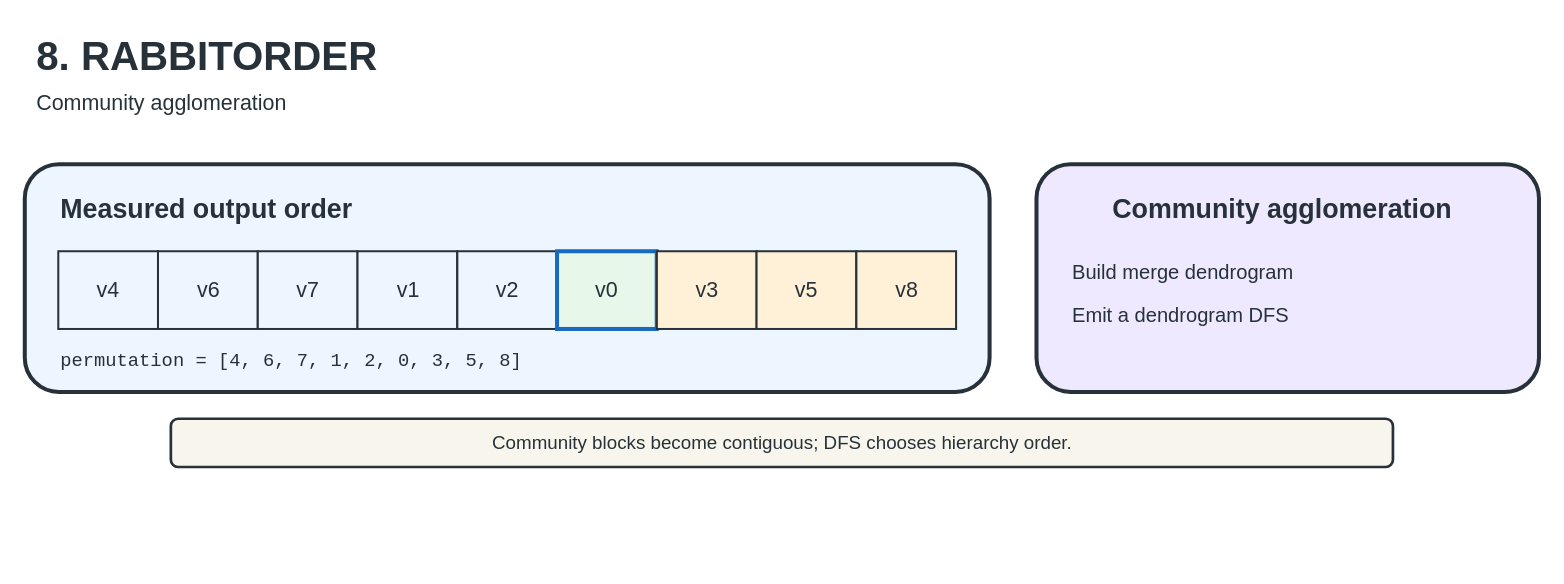
This is docs/figures/editable/08-rabbitorder.drawio from UVA-LavaLab/GraphBrew, a draw.io file, before an edit. Source tidied: cells renumbered, new cells numbered last; positions are measured from the earlier drawing's top-left corner, leaving out a move shared by most shapes. Both pictures are drawn from the tidied source at 134%, with x=0, y=0 at pixel (24, 23).
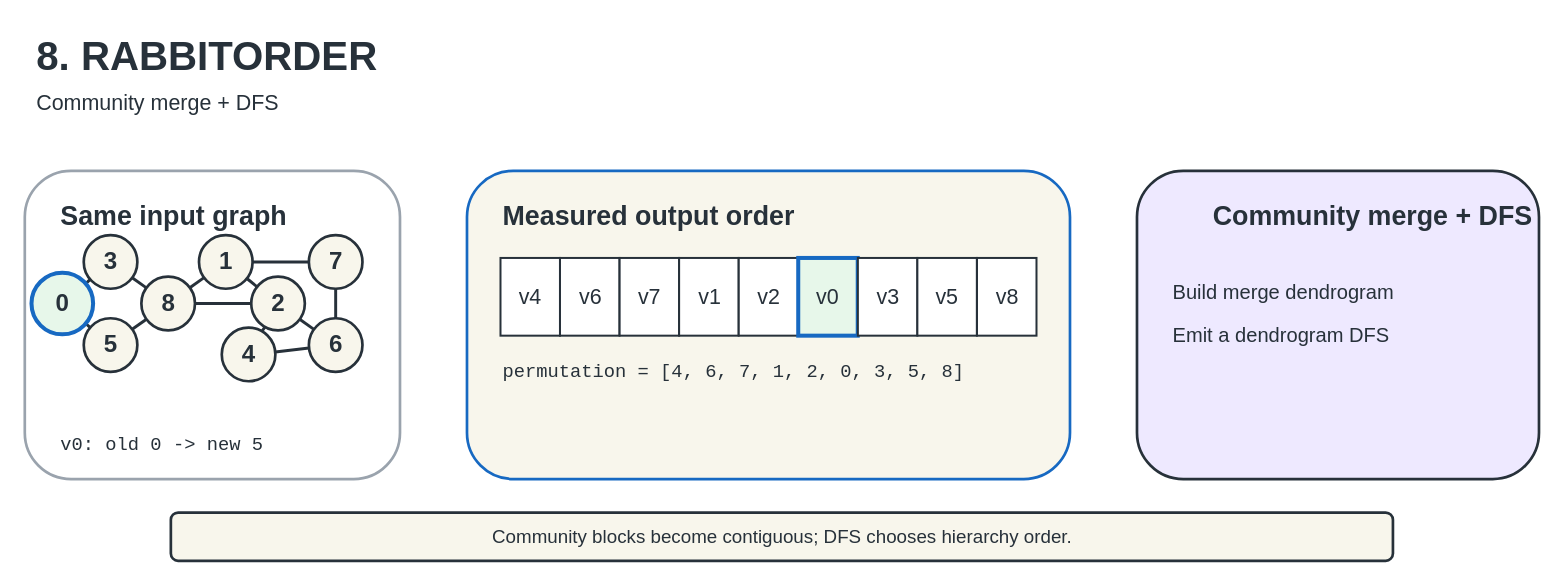
After the change.

The edit, as a diff of the source:
```diff
@@
-    <mxCell id="3" value="Community agglomeration" style="text;html=1;strokeColor=none;fillColor=none;fontSize=16;fontColor=#27313A;" parent="1" vertex="1">
+    <mxCell id="3" value="Community merge + DFS" style="text;html=1;strokeColor=none;fillColor=none;fontSize=16;fontColor=#27313A;" parent="1" vertex="1">
       <mxGeometry x="7" y="43" width="1050" height="28" as="geometry" />
     </mxCell>
+    <mxCell id="21" style="rounded=1;html=1;fillColor=#FFFFFF;strokeColor=#9AA3AD;strokeWidth=2;" parent="1" vertex="1">
+      <mxGeometry y="110" width="280" height="230" as="geometry" />
+    </mxCell>
-    <mxCell id="4" style="rounded=1;html=1;fillColor=#EDF5FF;strokeColor=#27313A;strokeWidth=3;" parent="1" vertex="1">
-      <mxGeometry y="105" width="720" height="170" as="geometry" />
+    <mxCell id="4" style="rounded=1;html=1;fillColor=#F8F6EC;strokeColor=#1769C2;strokeWidth=2;" parent="1" vertex="1">
+      <mxGeometry x="330" y="110" width="450" height="230" as="geometry" />
     </mxCell>
-    <mxCell id="5" style="rounded=1;html=1;fillColor=#EEE9FF;strokeColor=#27313A;strokeWidth=3;" parent="1" vertex="1">
-      <mxGeometry x="755" y="105" width="375" height="170" as="geometry" />
+    <mxCell id="5" style="rounded=1;html=1;fillColor=#EEE9FF;strokeColor=#27313A;strokeWidth=2;" parent="1" vertex="1">
+      <mxGeometry x="830" y="110" width="300" height="230" as="geometry" />
     </mxCell>
+    <mxCell id="22" value="Same input graph" style="text;html=1;strokeColor=none;fillColor=none;fontSize=20;fontStyle=1;fontColor=#27313A;" parent="1" vertex="1">
+      <mxGeometry x="25" y="125" width="220" height="35" as="geometry" />
+    </mxCell>
     <mxCell id="6" value="Measured output order" style="text;html=1;strokeColor=none;fillColor=none;fontSize=20;fontStyle=1;fontColor=#27313A;" parent="1" vertex="1">
-      <mxGeometry x="25" y="120" width="300" height="35" as="geometry" />
+      <mxGeometry x="355" y="125" width="300" height="35" as="geometry" />
     </mxCell>
-    <mxCell id="7" value="Community agglomeration" style="text;html=1;strokeColor=none;fillColor=none;fontSize=20;fontStyle=1;fontColor=#27313A;" parent="1" vertex="1">
-      <mxGeometry x="810" y="120" width="300" height="35" as="geometry" />
+    <mxCell id="7" value="Community merge + DFS" style="text;html=1;strokeColor=none;fillColor=none;fontSize=20;fontStyle=1;fontColor=#27313A;" parent="1" vertex="1">
+      <mxGeometry x="885" y="125" width="220" height="35" as="geometry" />
     </mxCell>
     <mxCell id="8" value="Community blocks become contiguous; DFS chooses hierarchy order." style="rounded=1;html=1;fillColor=#F8F6EC;strokeColor=#27313A;strokeWidth=2;fontSize=14;fontColor=#27313A;align=center;" parent="1" vertex="1">
-      <mxGeometry x="109" y="295" width="912" height="36" as="geometry" />
+      <mxGeometry x="109" y="365" width="912" height="36" as="geometry" />
     </mxCell>
+    <mxCell id="23" style="endArrow=none;html=1;rounded=0;strokeColor=#27313A;strokeWidth=2.2;" parent="1" edge="1" source="35" target="38">
+      <mxGeometry relative="1" as="geometry" />
+    </mxCell>
+    <mxCell id="24" style="endArrow=none;html=1;rounded=0;strokeColor=#27313A;strokeWidth=2.2;" parent="1" edge="1" source="35" target="40">
+      <mxGeometry relative="1" as="geometry" />
+    </mxCell>
+    <mxCell id="25" style="endArrow=none;html=1;rounded=0;strokeColor=#27313A;strokeWidth=2.2;" parent="1" edge="1" source="38" target="43">
+      <mxGeometry relative="1" as="geometry" />
+    </mxCell>
+    <mxCell id="26" style="endArrow=none;html=1;rounded=0;strokeColor=#27313A;strokeWidth=2.2;" parent="1" edge="1" source="40" target="43">
+      <mxGeometry relative="1" as="geometry" />
+    </mxCell>
+    <mxCell id="27" style="endArrow=none;html=1;rounded=0;strokeColor=#27313A;strokeWidth=2.2;" parent="1" edge="1" source="43" target="36">
+      <mxGeometry relative="1" as="geometry" />
+    </mxCell>
+    <mxCell id="28" style="endArrow=none;html=1;rounded=0;strokeColor=#27313A;strokeWidth=2.2;" parent="1" edge="1" source="43" target="37">
+      <mxGeometry relative="1" as="geometry" />
+    </mxCell>
+    <mxCell id="29" style="endArrow=none;html=1;rounded=0;strokeColor=#27313A;strokeWidth=2.2;" parent="1" edge="1" source="36" target="37">
+      <mxGeometry relative="1" as="geometry" />
+    </mxCell>
+    <mxCell id="30" style="endArrow=none;html=1;rounded=0;strokeColor=#27313A;strokeWidth=2.2;" parent="1" edge="1" source="36" target="42">
+      <mxGeometry relative="1" as="geometry" />
+    </mxCell>
+    <mxCell id="31" style="endArrow=none;html=1;rounded=0;strokeColor=#27313A;strokeWidth=2.2;" parent="1" edge="1" source="37" target="39">
+      <mxGeometry relative="1" as="geometry" />
+    </mxCell>
+    <mxCell id="32" style="endArrow=none;html=1;rounded=0;strokeColor=#27313A;strokeWidth=2.2;" parent="1" edge="1" source="37" target="41">
+      <mxGeometry relative="1" as="geometry" />
+    </mxCell>
+    <mxCell id="33" style="endArrow=none;html=1;rounded=0;strokeColor=#27313A;strokeWidth=2.2;" parent="1" edge="1" source="39" target="41">
+      <mxGeometry relative="1" as="geometry" />
+    </mxCell>
+    <mxCell id="34" style="endArrow=none;html=1;rounded=0;strokeColor=#27313A;strokeWidth=2.2;" parent="1" edge="1" source="41" target="42">
+      <mxGeometry relative="1" as="geometry" />
+    </mxCell>
+    <mxCell id="35" value="0" style="ellipse;html=1;align=center;fillColor=#E7F7EA;strokeColor=#1769C2;strokeWidth=3;fontSize=18;fontStyle=1;fontColor=#27313A;" parent="1" vertex="1">
+      <mxGeometry x="5" y="186" width="46" height="46" as="geometry" />
+    </mxCell>
+    <mxCell id="36" value="1" style="ellipse;html=1;align=center;fillColor=#F8F6EC;strokeColor=#27313A;strokeWidth=2;fontSize=18;fontStyle=1;fontColor=#27313A;" parent="1" vertex="1">
+      <mxGeometry x="130" y="158" width="40" height="40" as="geometry" />
+    </mxCell>
+    <mxCell id="37" value="2" style="ellipse;html=1;align=center;fillColor=#F8F6EC;strokeColor=#27313A;strokeWidth=2;fontSize=18;fontStyle=1;fontColor=#27313A;" parent="1" vertex="1">
+      <mxGeometry x="169" y="189" width="40" height="40" as="geometry" />
+    </mxCell>
+    <mxCell id="38" value="3" style="ellipse;html=1;align=center;fillColor=#F8F6EC;strokeColor=#27313A;strokeWidth=2;fontSize=18;fontStyle=1;fontColor=#27313A;" parent="1" vertex="1">
+      <mxGeometry x="44" y="158" width="40" height="40" as="geometry" />
+    </mxCell>
+    <mxCell id="39" value="4" style="ellipse;html=1;align=center;fillColor=#F8F6EC;strokeColor=#27313A;strokeWidth=2;fontSize=18;fontStyle=1;fontColor=#27313A;" parent="1" vertex="1">
+      <mxGeometry x="147" y="227" width="40" height="40" as="geometry" />
+    </mxCell>
+    <mxCell id="40" value="5" style="ellipse;html=1;align=center;fillColor=#F8F6EC;strokeColor=#27313A;strokeWidth=2;fontSize=18;fontStyle=1;fontColor=#27313A;" parent="1" vertex="1">
+      <mxGeometry x="44" y="220" width="40" height="40" as="geometry" />
+    </mxCell>
+    <mxCell id="41" value="6" style="ellipse;html=1;align=center;fillColor=#F8F6EC;strokeColor=#27313A;strokeWidth=2;fontSize=18;fontStyle=1;fontColor=#27313A;" parent="1" vertex="1">
+      <mxGeometry x="212" y="220" width="40" height="40" as="geometry" />
+    </mxCell>
+    <mxCell id="42" value="7" style="ellipse;html=1;align=center;fillColor=#F8F6EC;strokeColor=#27313A;strokeWidth=2;fontSize=18;fontStyle=1;fontColor=#27313A;" parent="1" vertex="1">
+      <mxGeometry x="212" y="158" width="40" height="40" as="geometry" />
+    </mxCell>
+    <mxCell id="43" value="8" style="ellipse;html=1;align=center;fillColor=#F8F6EC;strokeColor=#27313A;strokeWidth=2;fontSize=18;fontStyle=1;fontColor=#27313A;" parent="1" vertex="1">
+      <mxGeometry x="87" y="189" width="40" height="40" as="geometry" />
+    </mxCell>
+    <mxCell id="44" value="v0: old 0 -&gt; new 5" style="text;html=1;strokeColor=none;fillColor=none;fontSize=14;fontFamily=Consolas;fontColor=#27313A;" parent="1" vertex="1">
+      <mxGeometry x="25" y="300" width="230" height="28" as="geometry" />
+    </mxCell>
-    <mxCell id="9" value="v4" style="rounded=0;html=1;align=center;verticalAlign=middle;fillColor=#EDF5FF;strokeColor=#27313A;strokeWidth=1.5;fontSize=16;fontColor=#27313A;" parent="1" vertex="1">
-      <mxGeometry x="25" y="170" width="74.4" height="58" as="geometry" />
+    <mxCell id="9" value="v4" style="rounded=0;html=1;align=center;verticalAlign=middle;fillColor=#FFFFFF;strokeColor=#27313A;strokeWidth=1.5;fontSize=16;fontColor=#27313A;" parent="1" vertex="1">
+      <mxGeometry x="355" y="175" width="44.4" height="58" as="geometry" />
     </mxCell>
-    <mxCell id="10" value="v6" style="rounded=0;html=1;align=center;verticalAlign=middle;fillColor=#EDF5FF;strokeColor=#27313A;strokeWidth=1.5;fontSize=16;fontColor=#27313A;" parent="1" vertex="1">
-      <mxGeometry x="99.4" y="170" width="74.4" height="58" as="geometry" />
+    <mxCell id="10" value="v6" style="rounded=0;html=1;align=center;verticalAlign=middle;fillColor=#FFFFFF;strokeColor=#27313A;strokeWidth=1.5;fontSize=16;fontColor=#27313A;" parent="1" vertex="1">
+      <mxGeometry x="399.4" y="175" width="44.4" height="58" as="geometry" />
     </mxCell>
-    <mxCell id="11" value="v7" style="rounded=0;html=1;align=center;verticalAlign=middle;fillColor=#EDF5FF;strokeColor=#27313A;strokeWidth=1.5;fontSize=16;fontColor=#27313A;" parent="1" vertex="1">
-      <mxGeometry x="173.9" y="170" width="74.4" height="58" as="geometry" />
+    <mxCell id="11" value="v7" style="rounded=0;html=1;align=center;verticalAlign=middle;fillColor=#FFFFFF;strokeColor=#27313A;strokeWidth=1.5;fontSize=16;fontColor=#27313A;" parent="1" vertex="1">
+      <mxGeometry x="443.9" y="175" width="44.4" height="58" as="geometry" />
     </mxCell>
-    <mxCell id="12" value="v1" style="rounded=0;html=1;align=center;verticalAlign=middle;fillColor=#EDF5FF;strokeColor=#27313A;strokeWidth=1.5;fontSize=16;fontColor=#27313A;" parent="1" vertex="1">
-      <mxGeometry x="248.3" y="170" width="74.4" height="58" as="geometry" />
+    <mxCell id="12" value="v1" style="rounded=0;html=1;align=center;verticalAlign=middle;fillColor=#FFFFFF;strokeColor=#27313A;strokeWidth=1.5;fontSize=16;fontColor=#27313A;" parent="1" vertex="1">
+      <mxGeometry x="488.3" y="175" width="44.4" height="58" as="geometry" />
     </mxCell>
-    <mxCell id="13" value="v2" style="rounded=0;html=1;align=center;verticalAlign=middle;fillColor=#EDF5FF;strokeColor=#27313A;strokeWidth=1.5;fontSize=16;fontColor=#27313A;" parent="1" vertex="1">
-      <mxGeometry x="322.8" y="170" width="74.4" height="58" as="geometry" />
+    <mxCell id="13" value="v2" style="rounded=0;html=1;align=center;verticalAlign=middle;fillColor=#FFFFFF;strokeColor=#27313A;strokeWidth=1.5;fontSize=16;fontColor=#27313A;" parent="1" vertex="1">
+      <mxGeometry x="532.8" y="175" width="44.4" height="58" as="geometry" />
     </mxCell>
     <mxCell id="14" value="v0" style="rounded=0;html=1;align=center;verticalAlign=middle;fillColor=#E7F7EA;strokeColor=#1769C2;strokeWidth=3;fontSize=16;fontColor=#27313A;" parent="1" vertex="1">
-      <mxGeometry x="397.2" y="170" width="74.4" height="58" as="geometry" />
+      <mxGeometry x="577.2" y="175" width="44.4" height="58" as="geometry" />
     </mxCell>
-    <mxCell id="15" value="v3" style="rounded=0;html=1;align=center;verticalAlign=middle;fillColor=#FFF0D8;strokeColor=#27313A;strokeWidth=1.5;fontSize=16;fontColor=#27313A;" parent="1" vertex="1">
-      <mxGeometry x="471.7" y="170" width="74.4" height="58" as="geometry" />
+    <mxCell id="15" value="v3" style="rounded=0;html=1;align=center;verticalAlign=middle;fillColor=#FFFFFF;strokeColor=#27313A;strokeWidth=1.5;fontSize=16;fontColor=#27313A;" parent="1" vertex="1">
+      <mxGeometry x="621.7" y="175" width="44.4" height="58" as="geometry" />
     </mxCell>
-    <mxCell id="16" value="v5" style="rounded=0;html=1;align=center;verticalAlign=middle;fillColor=#FFF0D8;strokeColor=#27313A;strokeWidth=1.5;fontSize=16;fontColor=#27313A;" parent="1" vertex="1">
-      <mxGeometry x="546.1" y="170" width="74.4" height="58" as="geometry" />
+    <mxCell id="16" value="v5" style="rounded=0;html=1;align=center;verticalAlign=middle;fillColor=#FFFFFF;strokeColor=#27313A;strokeWidth=1.5;fontSize=16;fontColor=#27313A;" parent="1" vertex="1">
+      <mxGeometry x="666.1" y="175" width="44.4" height="58" as="geometry" />
     </mxCell>
-    <mxCell id="17" value="v8" style="rounded=0;html=1;align=center;verticalAlign=middle;fillColor=#FFF0D8;strokeColor=#27313A;strokeWidth=1.5;fontSize=16;fontColor=#27313A;" parent="1" vertex="1">
-      <mxGeometry x="620.6" y="170" width="74.4" height="58" as="geometry" />
+    <mxCell id="17" value="v8" style="rounded=0;html=1;align=center;verticalAlign=middle;fillColor=#FFFFFF;strokeColor=#27313A;strokeWidth=1.5;fontSize=16;fontColor=#27313A;" parent="1" vertex="1">
+      <mxGeometry x="710.6" y="175" width="44.4" height="58" as="geometry" />
     </mxCell>
     <mxCell id="18" value="permutation = [4, 6, 7, 1, 2, 0, 3, 5, 8]" style="text;html=1;strokeColor=none;fillColor=none;fontSize=14;fontFamily=Consolas;fontColor=#27313A;" parent="1" vertex="1">
-      <mxGeometry x="25" y="237" width="670" height="28" as="geometry" />
+      <mxGeometry x="355" y="245" width="400" height="28" as="geometry" />
     </mxCell>
     <mxCell id="19" value="Build merge dendrogram" style="text;html=1;strokeColor=none;fillColor=none;fontSize=15;fontColor=#27313A;" parent="1" vertex="1">
-      <mxGeometry x="780" y="170" width="325" height="28" as="geometry" />
+      <mxGeometry x="855" y="185" width="250" height="28" as="geometry" />
     </mxCell>
     <mxCell id="20" value="Emit a dendrogram DFS" style="text;html=1;strokeColor=none;fillColor=none;fontSize=15;fontColor=#27313A;" parent="1" vertex="1">
-      <mxGeometry x="780" y="202" width="325" height="28" as="geometry" />
+      <mxGeometry x="855" y="217" width="250" height="28" as="geometry" />
     </mxCell>
```
